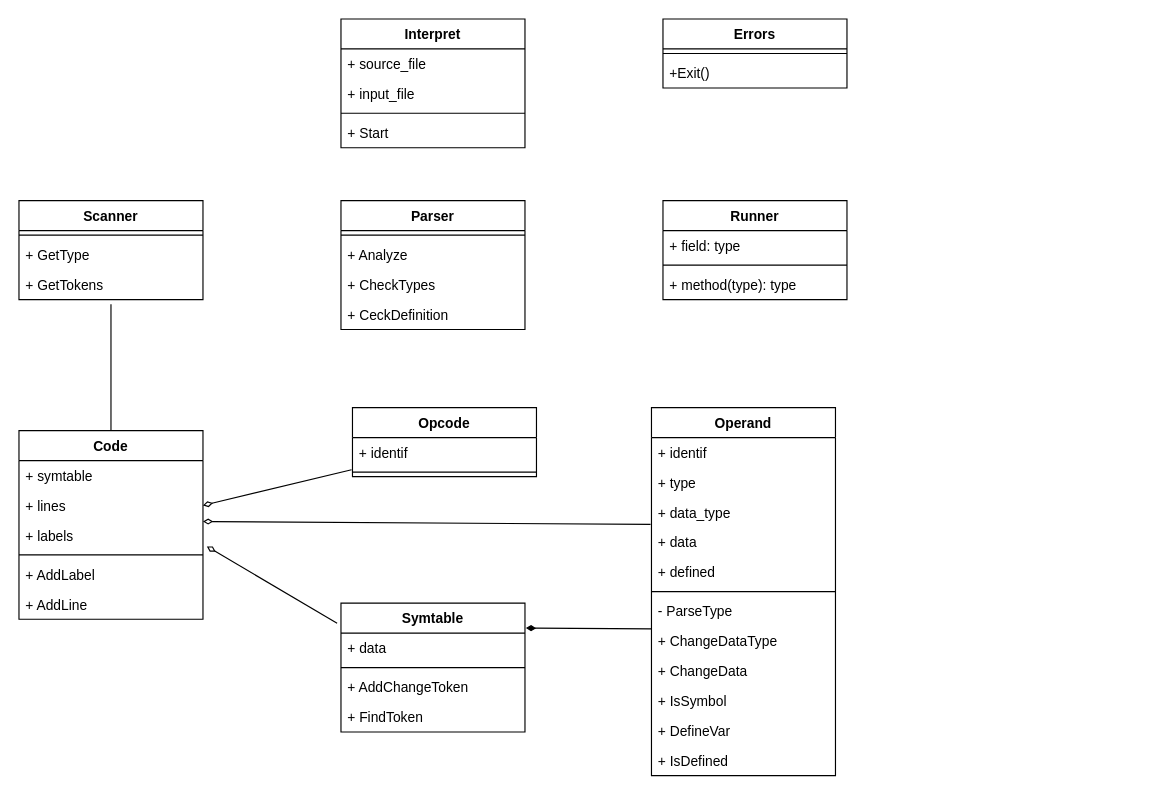
Above: interpret_python/interpret.drawio in Explosiver001/IPP-projekt (draw.io), before the change. Source tidied: cells renumbered, new cells numbered last; positions are measured from the earlier drawing's top-left corner, leaving out a move shared by most shapes. Both pictures are drawn from the tidied source at 115%, with x=0, y=0 at pixel (18, 18).
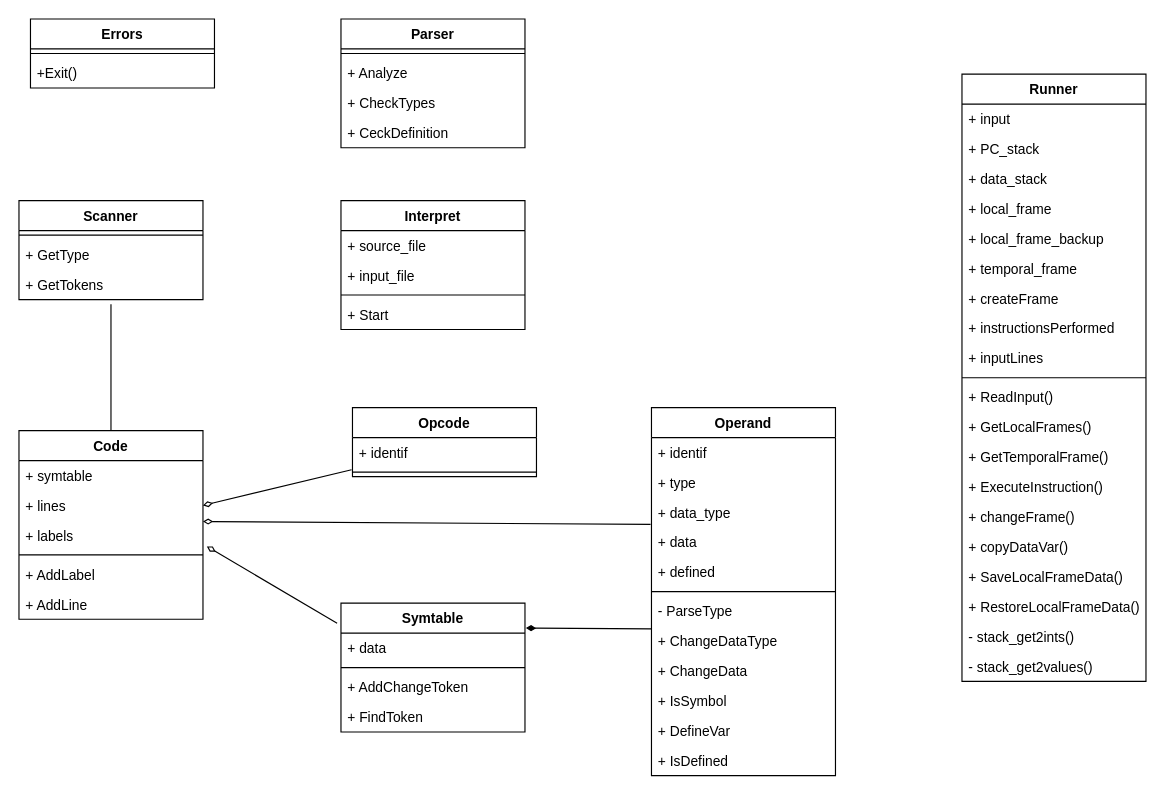
After the change.

The edit, as a diff of the source:
```diff
@@
     <mxCell id="30" value="Errors" style="swimlane;fontStyle=1;align=center;verticalAlign=top;horizontal=1;startSize=26;" parent="1" vertex="1">
-      <mxGeometry x="560" width="160" height="60" as="geometry" />
+      <mxGeometry x="10" width="160" height="60" as="geometry" />
     </mxCell>
@@
     <mxCell id="33" value="Runner" style="swimlane;fontStyle=1;align=center;verticalAlign=top;horizontal=1;startSize=26;" parent="1" vertex="1">
-      <mxGeometry x="560" y="158" width="160" height="86" as="geometry" />
+      <mxGeometry x="820" y="48" width="160" height="528" as="geometry" />
     </mxCell>
-    <mxCell id="34" value="+ field: type" style="text;strokeColor=none;fillColor=none;align=left;verticalAlign=top;spacingLeft=4;spacingRight=4;overflow=hidden;" parent="33" vertex="1">
+    <mxCell id="34" value="+ input" style="text;strokeColor=none;fillColor=none;align=left;verticalAlign=top;spacingLeft=4;spacingRight=4;overflow=hidden;" parent="33" vertex="1">
       <mxGeometry y="26" width="160" height="26" as="geometry" />
     </mxCell>
+    <mxCell id="56" value="+ PC_stack" style="text;strokeColor=none;fillColor=none;align=left;verticalAlign=top;spacingLeft=4;spacingRight=4;overflow=hidden;" parent="33" vertex="1">
+      <mxGeometry y="52" width="160" height="26" as="geometry" />
+    </mxCell>
+    <mxCell id="57" value="+ data_stack" style="text;strokeColor=none;fillColor=none;align=left;verticalAlign=top;spacingLeft=4;spacingRight=4;overflow=hidden;" parent="33" vertex="1">
+      <mxGeometry y="78" width="160" height="26" as="geometry" />
+    </mxCell>
+    <mxCell id="58" value="+ local_frame" style="text;strokeColor=none;fillColor=none;align=left;verticalAlign=top;spacingLeft=4;spacingRight=4;overflow=hidden;" parent="33" vertex="1">
+      <mxGeometry y="104" width="160" height="26" as="geometry" />
+    </mxCell>
+    <mxCell id="59" value="+ local_frame_backup" style="text;strokeColor=none;fillColor=none;align=left;verticalAlign=top;spacingLeft=4;spacingRight=4;overflow=hidden;" parent="33" vertex="1">
+      <mxGeometry y="130" width="160" height="26" as="geometry" />
+    </mxCell>
+    <mxCell id="60" value="+ temporal_frame" style="text;strokeColor=none;fillColor=none;align=left;verticalAlign=top;spacingLeft=4;spacingRight=4;overflow=hidden;" parent="33" vertex="1">
+      <mxGeometry y="156" width="160" height="26" as="geometry" />
+    </mxCell>
+    <mxCell id="61" value="+ createFrame" style="text;strokeColor=none;fillColor=none;align=left;verticalAlign=top;spacingLeft=4;spacingRight=4;overflow=hidden;" parent="33" vertex="1">
+      <mxGeometry y="182" width="160" height="26" as="geometry" />
+    </mxCell>
+    <mxCell id="62" value="+ instructionsPerformed" style="text;strokeColor=none;fillColor=none;align=left;verticalAlign=top;spacingLeft=4;spacingRight=4;overflow=hidden;" parent="33" vertex="1">
+      <mxGeometry y="208" width="160" height="26" as="geometry" />
+    </mxCell>
+    <mxCell id="63" value="+ inputLines" style="text;strokeColor=none;fillColor=none;align=left;verticalAlign=top;spacingLeft=4;spacingRight=4;overflow=hidden;" parent="33" vertex="1">
+      <mxGeometry y="234" width="160" height="26" as="geometry" />
+    </mxCell>
     <mxCell id="35" style="line;strokeWidth=1;fillColor=none;align=left;verticalAlign=middle;spacingTop=-1;spacingLeft=3;spacingRight=3;labelPosition=right;" parent="33" vertex="1">
-      <mxGeometry y="52" width="160" height="8" as="geometry" />
+      <mxGeometry y="260" width="160" height="8" as="geometry" />
     </mxCell>
-    <mxCell id="36" value="+ method(type): type" style="text;strokeColor=none;fillColor=none;align=left;verticalAlign=top;spacingLeft=4;spacingRight=4;overflow=hidden;" parent="33" vertex="1">
-      <mxGeometry y="60" width="160" height="26" as="geometry" />
+    <mxCell id="36" value="+ ReadInput()&#10;" style="text;strokeColor=none;fillColor=none;align=left;verticalAlign=top;spacingLeft=4;spacingRight=4;overflow=hidden;" parent="33" vertex="1">
+      <mxGeometry y="268" width="160" height="26" as="geometry" />
     </mxCell>
+    <mxCell id="64" value="+ GetLocalFrames()" style="text;strokeColor=none;fillColor=none;align=left;verticalAlign=top;spacingLeft=4;spacingRight=4;overflow=hidden;" parent="33" vertex="1">
+      <mxGeometry y="294" width="160" height="26" as="geometry" />
+    </mxCell>
+    <mxCell id="65" value="+ GetTemporalFrame()" style="text;strokeColor=none;fillColor=none;align=left;verticalAlign=top;spacingLeft=4;spacingRight=4;overflow=hidden;" parent="33" vertex="1">
+      <mxGeometry y="320" width="160" height="26" as="geometry" />
+    </mxCell>
+    <mxCell id="66" value="+ ExecuteInstruction()" style="text;strokeColor=none;fillColor=none;align=left;verticalAlign=top;spacingLeft=4;spacingRight=4;overflow=hidden;" parent="33" vertex="1">
+      <mxGeometry y="346" width="160" height="26" as="geometry" />
+    </mxCell>
+    <mxCell id="67" value="+ changeFrame()" style="text;strokeColor=none;fillColor=none;align=left;verticalAlign=top;spacingLeft=4;spacingRight=4;overflow=hidden;" parent="33" vertex="1">
+      <mxGeometry y="372" width="160" height="26" as="geometry" />
+    </mxCell>
+    <mxCell id="68" value="+ copyDataVar()" style="text;strokeColor=none;fillColor=none;align=left;verticalAlign=top;spacingLeft=4;spacingRight=4;overflow=hidden;" parent="33" vertex="1">
+      <mxGeometry y="398" width="160" height="26" as="geometry" />
+    </mxCell>
+    <mxCell id="69" value="+ SaveLocalFrameData()" style="text;strokeColor=none;fillColor=none;align=left;verticalAlign=top;spacingLeft=4;spacingRight=4;overflow=hidden;" parent="33" vertex="1">
+      <mxGeometry y="424" width="160" height="26" as="geometry" />
+    </mxCell>
+    <mxCell id="70" value="+ RestoreLocalFrameData()" style="text;strokeColor=none;fillColor=none;align=left;verticalAlign=top;spacingLeft=4;spacingRight=4;overflow=hidden;" parent="33" vertex="1">
+      <mxGeometry y="450" width="160" height="26" as="geometry" />
+    </mxCell>
+    <mxCell id="71" value="- stack_get2ints()" style="text;strokeColor=none;fillColor=none;align=left;verticalAlign=top;spacingLeft=4;spacingRight=4;overflow=hidden;" parent="33" vertex="1">
+      <mxGeometry y="476" width="160" height="26" as="geometry" />
+    </mxCell>
+    <mxCell id="72" value="- stack_get2values()" style="text;strokeColor=none;fillColor=none;align=left;verticalAlign=top;spacingLeft=4;spacingRight=4;overflow=hidden;" parent="33" vertex="1">
+      <mxGeometry y="502" width="160" height="26" as="geometry" />
+    </mxCell>
     <mxCell id="37" value="Parser" style="swimlane;fontStyle=1;align=center;verticalAlign=top;horizontal=1;startSize=26;" parent="1" vertex="1">
-      <mxGeometry x="280" y="158" width="160" height="112" as="geometry" />
+      <mxGeometry x="280" width="160" height="112" as="geometry" />
     </mxCell>
@@
     <mxCell id="42" value="Interpret" style="swimlane;fontStyle=1;align=center;verticalAlign=top;horizontal=1;startSize=26;" parent="1" vertex="1">
-      <mxGeometry x="280" width="160" height="112" as="geometry" />
+      <mxGeometry x="280" y="158" width="160" height="112" as="geometry" />
     </mxCell>
```
